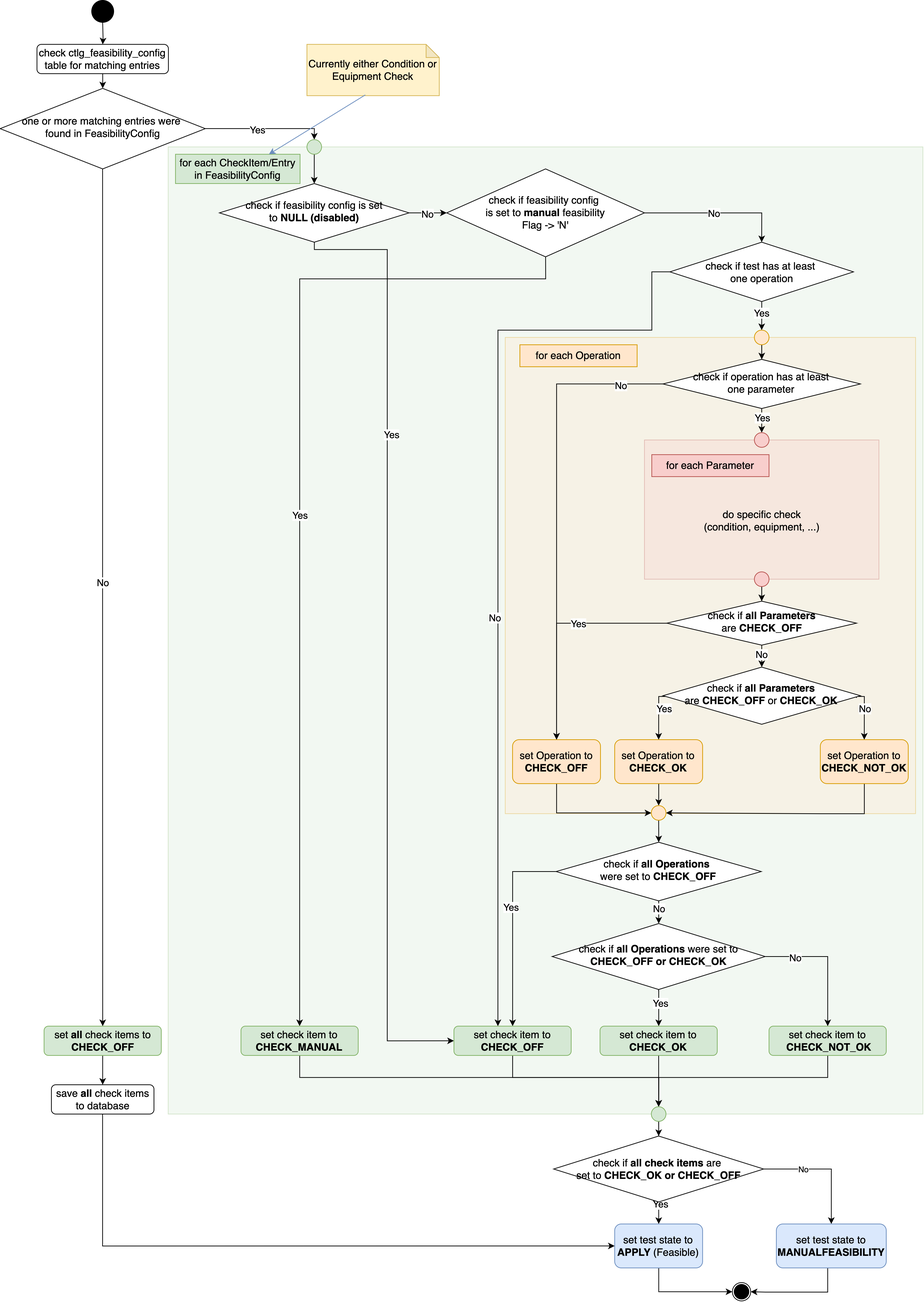
The draw.io diagram bilder/flowchart-feasibilitycheck-modiefied-for-thesis-6-2.png in BenDektor/FeasibilityCheck, before a commit. Source tidied: cells renumbered, new cells last; positions are measured from the earlier drawing's top-left corner, leaving out a move shared by most shapes.
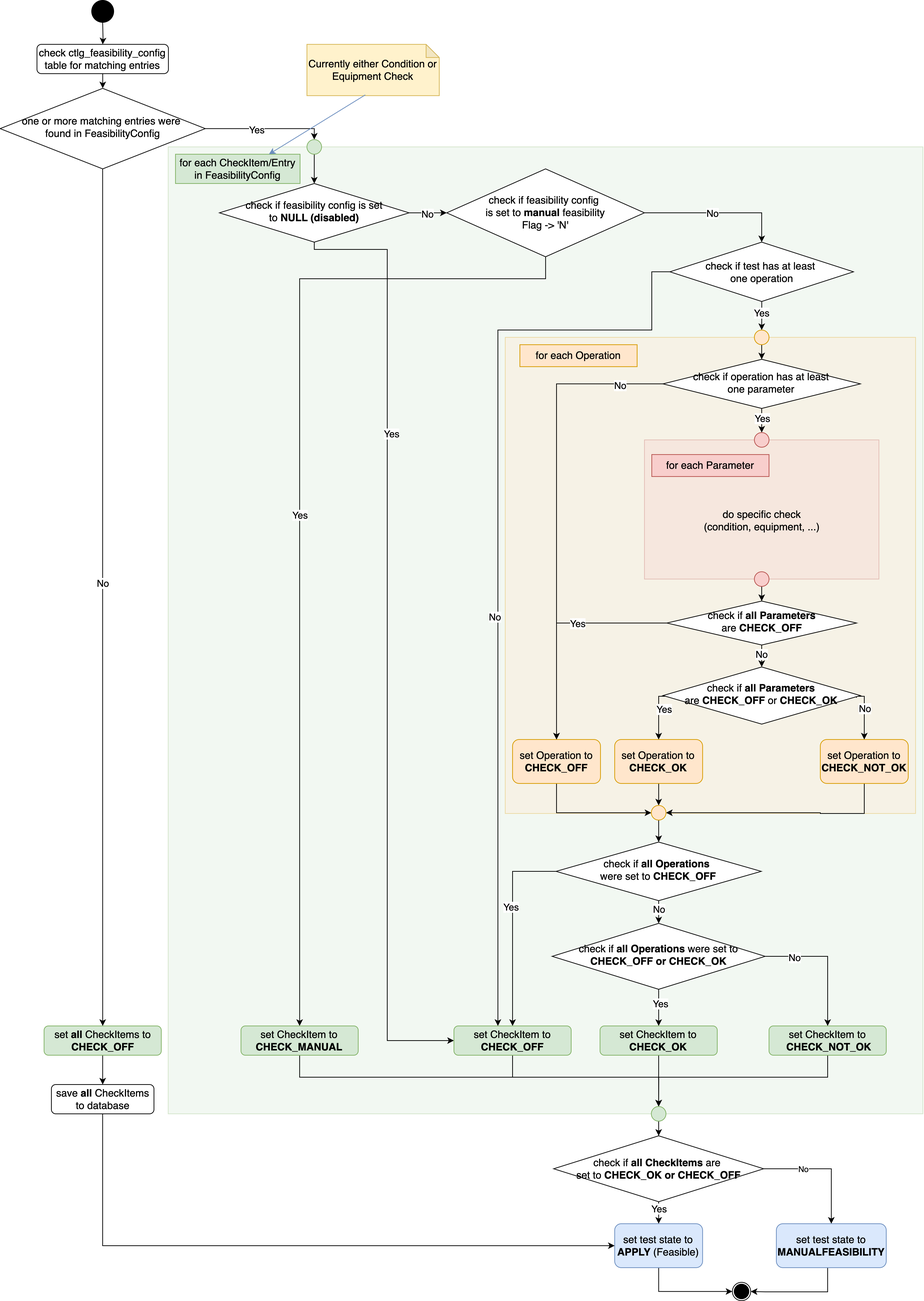
After the commit.

The edit, as a diff of the source:
```diff
@@ -23,7 +23,7 @@
         <mxPoint x="-6" y="-6" as="offset" />
       </mxGeometry>
     </mxCell>
-    <mxCell id="7" value="&lt;font style=&quot;font-size: 14px;&quot;&gt;check if &lt;b style=&quot;&quot;&gt;all check items&lt;/b&gt; are&amp;nbsp;&lt;/font&gt;&lt;div&gt;&lt;font style=&quot;font-size: 14px;&quot;&gt;set to &lt;b style=&quot;&quot;&gt;CHECK_OK or CHECK_OFF&lt;/b&gt;&lt;/font&gt;&lt;/div&gt;" style="rhombus;whiteSpace=wrap;html=1;" parent="1" vertex="1">
+    <mxCell id="7" value="&lt;font style=&quot;font-size: 14px;&quot;&gt;check if &lt;b style=&quot;&quot;&gt;all CheckItems&lt;/b&gt; are&amp;nbsp;&lt;/font&gt;&lt;div&gt;&lt;font style=&quot;font-size: 14px;&quot;&gt;set to &lt;b style=&quot;&quot;&gt;CHECK_OK or CHECK_OFF&lt;/b&gt;&lt;/font&gt;&lt;/div&gt;" style="rhombus;whiteSpace=wrap;html=1;" parent="1" vertex="1">
       <mxGeometry x="755.1" y="1550" width="286.6" height="90" as="geometry" />
     </mxCell>
     <mxCell id="8" style="edgeStyle=orthogonalEdgeStyle;rounded=0;jettySize=auto;html=1;entryX=0;entryY=0.5;entryDx=0;entryDy=0;" parent="1" edge="1" source="9" target="95">
@@ -56,7 +56,7 @@
     <mxCell id="14" style="edgeStyle=orthogonalEdgeStyle;rounded=0;jettySize=auto;html=1;" parent="1" edge="1" source="15" target="99">
       <mxGeometry relative="1" as="geometry" />
     </mxCell>
-    <mxCell id="15" value="&lt;font style=&quot;font-size: 14px;&quot;&gt;set &lt;b style=&quot;&quot;&gt;all &lt;/b&gt;check items to &lt;b style=&quot;&quot;&gt;CHECK_OFF&lt;/b&gt;&lt;/font&gt;" style="rounded=1;whiteSpace=wrap;html=1;fontSize=12;glass=0;strokeWidth=1;shadow=0;fillColor=#d5e8d4;strokeColor=#82b366;" parent="1" vertex="1">
+    <mxCell id="15" value="&lt;font style=&quot;font-size: 14px;&quot;&gt;set &lt;b style=&quot;&quot;&gt;all &lt;/b&gt;CheckItems to &lt;b style=&quot;&quot;&gt;CHECK_OFF&lt;/b&gt;&lt;/font&gt;" style="rounded=1;whiteSpace=wrap;html=1;fontSize=12;glass=0;strokeWidth=1;shadow=0;fillColor=#d5e8d4;strokeColor=#82b366;" parent="1" vertex="1">
       <mxGeometry x="59.6" y="1400" width="160" height="40" as="geometry" />
     </mxCell>
     <mxCell id="16" style="edgeStyle=orthogonalEdgeStyle;rounded=0;jettySize=auto;html=1;" parent="1" edge="1" source="20">
@@ -139,7 +139,7 @@
         </Array>
       </mxGeometry>
     </mxCell>
-    <mxCell id="34" value="&lt;font style=&quot;font-size: 14px;&quot;&gt;set&amp;nbsp;check item to &lt;b style=&quot;&quot;&gt;CHECK_MANUAL&lt;/b&gt;&lt;/font&gt;" style="rounded=1;whiteSpace=wrap;html=1;fontSize=12;glass=0;strokeWidth=1;shadow=0;fillColor=#d5e8d4;strokeColor=#82b366;" parent="1" vertex="1">
+    <mxCell id="34" value="&lt;font style=&quot;font-size: 14px;&quot;&gt;set CheckItem to &lt;b style=&quot;&quot;&gt;CHECK_MANUAL&lt;/b&gt;&lt;/font&gt;" style="rounded=1;whiteSpace=wrap;html=1;fontSize=12;glass=0;strokeWidth=1;shadow=0;fillColor=#d5e8d4;strokeColor=#82b366;" parent="1" vertex="1">
       <mxGeometry x="328.4" y="1400" width="160" height="40" as="geometry" />
     </mxCell>
     <mxCell id="35" style="rounded=0;whiteSpace=wrap;html=1;fillColor=#ffe6cc;strokeColor=#d79b00;opacity=30;noLabel=0;" parent="1" vertex="1">
@@ -237,7 +237,7 @@
         </Array>
       </mxGeometry>
     </mxCell>
-    <mxCell id="58" value="&lt;font style=&quot;font-size: 14px;&quot;&gt;set&lt;b style=&quot;&quot;&gt;&amp;nbsp;&lt;/b&gt;check item to &lt;b style=&quot;&quot;&gt;CHECK_OFF&lt;/b&gt;&lt;/font&gt;" style="rounded=1;whiteSpace=wrap;html=1;fontSize=12;glass=0;strokeWidth=1;shadow=0;fillColor=#d5e8d4;strokeColor=#82b366;" parent="1" vertex="1">
+    <mxCell id="58" value="&lt;font style=&quot;font-size: 14px;&quot;&gt;set&lt;b style=&quot;&quot;&gt;&amp;nbsp;&lt;/b&gt;CheckItem to &lt;b style=&quot;&quot;&gt;CHECK_OFF&lt;/b&gt;&lt;/font&gt;" style="rounded=1;whiteSpace=wrap;html=1;fontSize=12;glass=0;strokeWidth=1;shadow=0;fillColor=#d5e8d4;strokeColor=#82b366;" parent="1" vertex="1">
       <mxGeometry x="619" y="1400" width="160" height="40" as="geometry" />
     </mxCell>
     <mxCell id="59" style="edgeStyle=orthogonalEdgeStyle;rounded=0;jettySize=auto;html=1;entryX=0.5;entryY=0;entryDx=0;entryDy=0;" parent="1" edge="1" source="60" target="91">
@@ -248,7 +248,7 @@
         </Array>
       </mxGeometry>
     </mxCell>
-    <mxCell id="60" value="&lt;font style=&quot;font-size: 14px;&quot;&gt;set&amp;nbsp;check item to &lt;b style=&quot;&quot;&gt;&amp;nbsp;CHECK_NOT_OK&lt;/b&gt;&lt;/font&gt;" style="rounded=1;whiteSpace=wrap;html=1;fontSize=12;glass=0;strokeWidth=1;shadow=0;fillColor=#d5e8d4;strokeColor=#82b366;" parent="1" vertex="1">
+    <mxCell id="60" value="&lt;font style=&quot;font-size: 14px;&quot;&gt;set CheckItem to &lt;b style=&quot;&quot;&gt;&amp;nbsp;CHECK_NOT_OK&lt;/b&gt;&lt;/font&gt;" style="rounded=1;whiteSpace=wrap;html=1;fontSize=12;glass=0;strokeWidth=1;shadow=0;fillColor=#d5e8d4;strokeColor=#82b366;" parent="1" vertex="1">
       <mxGeometry x="1049" y="1400" width="160" height="40" as="geometry" />
     </mxCell>
     <mxCell id="61" style="edgeStyle=orthogonalEdgeStyle;rounded=0;jettySize=auto;html=1;" parent="1" edge="1" source="65" target="37">
@@ -361,7 +361,7 @@
     <mxCell id="88" style="edgeStyle=orthogonalEdgeStyle;rounded=0;jettySize=auto;html=1;entryX=0.5;entryY=0;entryDx=0;entryDy=0;" parent="1" edge="1" source="89" target="91">
       <mxGeometry relative="1" as="geometry" />
     </mxCell>
-    <mxCell id="89" value="&lt;font style=&quot;font-size: 14px;&quot;&gt;set&lt;b style=&quot;&quot;&gt;&amp;nbsp;&lt;/b&gt;check item to &lt;b style=&quot;&quot;&gt;CHECK_OK&lt;/b&gt;&lt;/font&gt;" style="rounded=1;whiteSpace=wrap;html=1;fontSize=12;glass=0;strokeWidth=1;shadow=0;fillColor=#d5e8d4;strokeColor=#82b366;" parent="1" vertex="1">
+    <mxCell id="89" value="&lt;font style=&quot;font-size: 14px;&quot;&gt;set&lt;b style=&quot;&quot;&gt;&amp;nbsp;&lt;/b&gt;CheckItem to &lt;b style=&quot;&quot;&gt;CHECK_OK&lt;/b&gt;&lt;/font&gt;" style="rounded=1;whiteSpace=wrap;html=1;fontSize=12;glass=0;strokeWidth=1;shadow=0;fillColor=#d5e8d4;strokeColor=#82b366;" parent="1" vertex="1">
       <mxGeometry x="818.4" y="1400" width="160" height="40" as="geometry" />
     </mxCell>
     <mxCell id="90" style="edgeStyle=orthogonalEdgeStyle;rounded=0;jettySize=auto;html=1;entryX=0.5;entryY=0;entryDx=0;entryDy=0;" parent="1" edge="1" source="91" target="7">
@@ -395,7 +395,7 @@
         </Array>
       </mxGeometry>
     </mxCell>
-    <mxCell id="99" value="&lt;font style=&quot;font-size: 14px;&quot;&gt;save &lt;b&gt;all &lt;/b&gt;check items to database&lt;/font&gt;" style="rounded=1;whiteSpace=wrap;html=1;fontSize=12;glass=0;strokeWidth=1;shadow=0;" parent="1" vertex="1">
+    <mxCell id="99" value="&lt;font style=&quot;font-size: 14px;&quot;&gt;save &lt;b&gt;all &lt;/b&gt;CheckItems to database&lt;/font&gt;" style="rounded=1;whiteSpace=wrap;html=1;fontSize=12;glass=0;strokeWidth=1;shadow=0;" parent="1" vertex="1">
       <mxGeometry x="69.6" y="1480" width="140" height="40" as="geometry" />
     </mxCell>
   </root>
```
